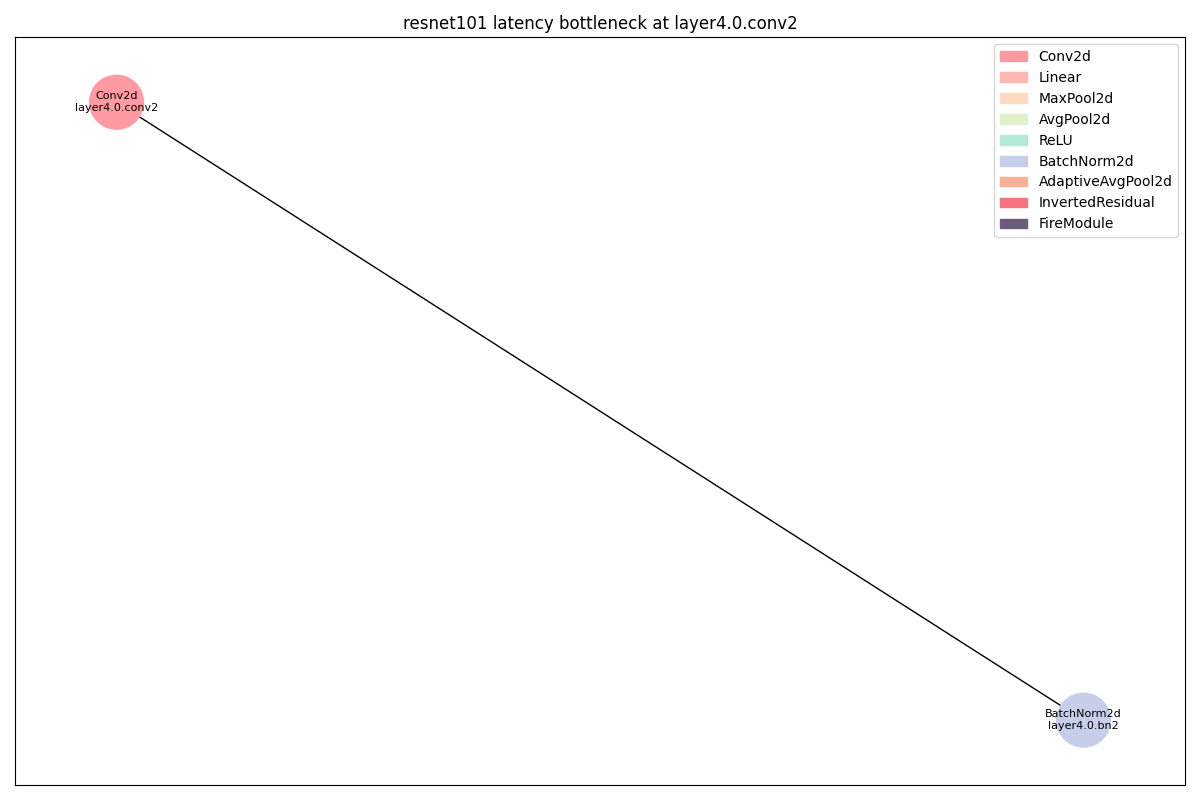
Above: dags/resnet101_latency_layer4_0_conv2_op.png in 11222-Meng/DNN_Bottlen_Layer_Analysis (Graphviz), before the change. Its source is kept beside it as dags/resnet101_latency_layer4_0_conv2_op.dot. Source of this version:
```dot
strict digraph "" {
	Conv2d_0	[color="#FF9AA2",
		layer_name="layer4.0.conv2",
		params=2359296,
		type=Conv2d];
	BatchNorm2d_0	[color="#C7CEEA",
		layer_name="layer4.0.bn2",
		params=1024,
		type=BatchNorm2d];
	Conv2d_0 -> BatchNorm2d_0;
}
```
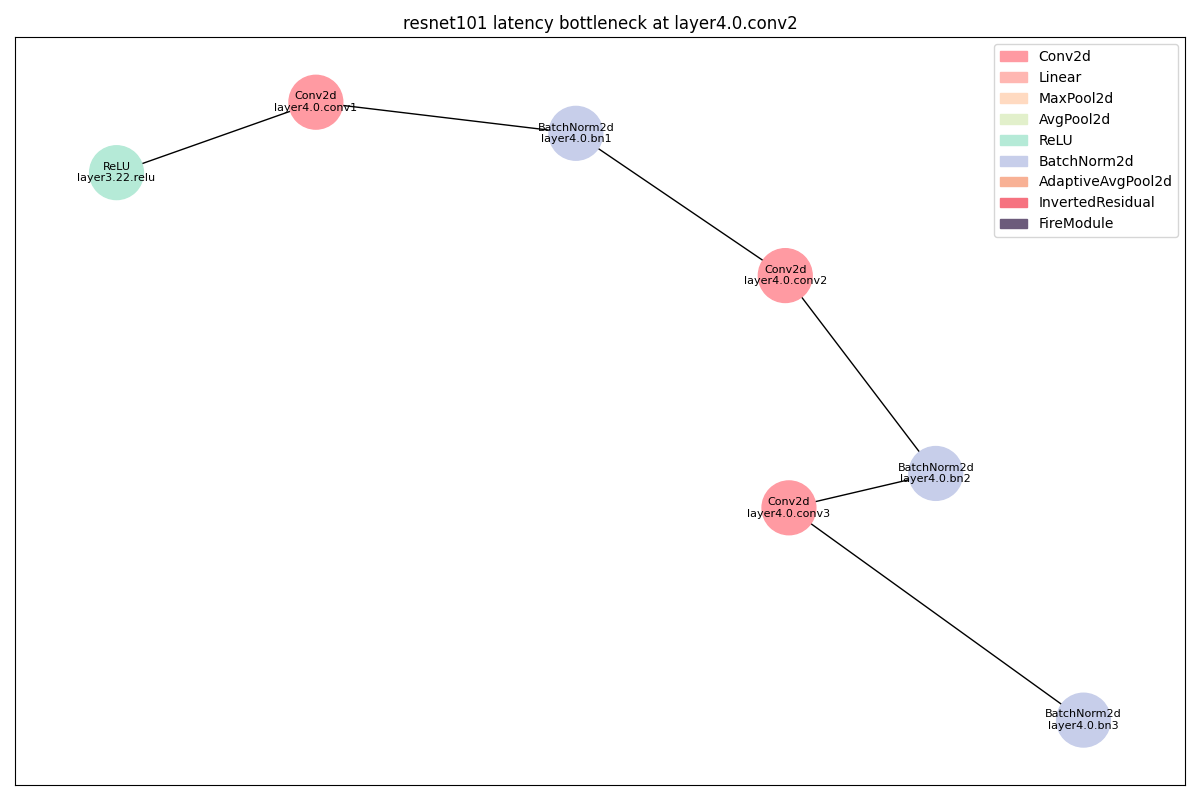
The same file after the commit.

Diff of the diagram source:
```diff
@@ -1,11 +1,36 @@
 strict digraph "" {
+	ReLU_0	[color="#B5EAD7",
+		layer_name="layer3.22.relu",
+		params=0,
+		type=ReLU];
 	Conv2d_0	[color="#FF9AA2",
+		layer_name="layer4.0.conv1",
+		params=524288,
+		type=Conv2d];
+	ReLU_0 -> Conv2d_0;
+	BatchNorm2d_0	[color="#C7CEEA",
+		layer_name="layer4.0.bn1",
+		params=1024,
+		type=BatchNorm2d];
+	Conv2d_0 -> BatchNorm2d_0;
+	Conv2d_1	[color="#FF9AA2",
 		layer_name="layer4.0.conv2",
 		params=2359296,
 		type=Conv2d];
-	BatchNorm2d_0	[color="#C7CEEA",
+	BatchNorm2d_0 -> Conv2d_1;
+	BatchNorm2d_1	[color="#C7CEEA",
 		layer_name="layer4.0.bn2",
 		params=1024,
 		type=BatchNorm2d];
-	Conv2d_0 -> BatchNorm2d_0;
+	Conv2d_1 -> BatchNorm2d_1;
+	Conv2d_2	[color="#FF9AA2",
+		layer_name="layer4.0.conv3",
+		params=1048576,
+		type=Conv2d];
+	BatchNorm2d_1 -> Conv2d_2;
+	BatchNorm2d_2	[color="#C7CEEA",
+		layer_name="layer4.0.bn3",
+		params=4096,
+		type=BatchNorm2d];
+	Conv2d_2 -> BatchNorm2d_2;
 }
```
